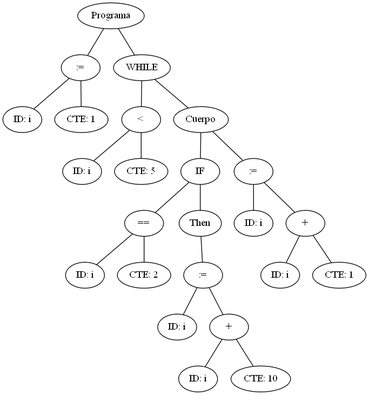
Earlier version of the Graphviz export AnalizadorLexico/arbolito.png (JosueGaticaOdato/Integrador-TEOI). Its source is kept beside it as AnalizadorLexico/arbolito.dot. Source of this version:
```dot
graph G {nodo_programa [label="Programa"]
nodo_931919113 [label=":="]
nodo_programa -- nodo_931919113
nodo_1854731462 [label="ID: i"]
nodo_931919113 -- nodo_1854731462
nodo_317574433 [label="CTE: 1"]
nodo_931919113 -- nodo_317574433
nodo_511754216 [label="WHILE"]
nodo_programa -- nodo_511754216
nodo_1721931908 [label="<"]
nodo_511754216 -- nodo_1721931908
nodo_1198108795 [label="ID: i"]
nodo_1721931908 -- nodo_1198108795
nodo_214126413 [label="CTE: 5"]
nodo_1721931908 -- nodo_214126413
nodo_396873410 [label="Cuerpo"]
nodo_511754216 -- nodo_396873410
nodo_1706234378 [label="IF"]
nodo_396873410 -- nodo_1706234378
nodo_1867750575 [label="=="]
nodo_1706234378 -- nodo_1867750575
nodo_2046562095 [label="ID: i"]
nodo_1867750575 -- nodo_2046562095
nodo_1342443276 [label="CTE: 2"]
nodo_1867750575 -- nodo_1342443276
nodo_769287236 [label="Then"]
nodo_1706234378 -- nodo_769287236
nodo_1587487668 [label=":="]
nodo_769287236 -- nodo_1587487668
nodo_1199823423 [label="ID: i"]
nodo_1587487668 -- nodo_1199823423
nodo_932172204 [label="+"]
nodo_1587487668 -- nodo_932172204
nodo_1225358173 [label="ID: i"]
nodo_932172204 -- nodo_1225358173
nodo_1848402763 [label="CTE: 10"]
nodo_932172204 -- nodo_1848402763
nodo_933699219 [label=":="]
nodo_396873410 -- nodo_933699219
nodo_2121055098 [label="ID: i"]
nodo_933699219 -- nodo_2121055098
nodo_2084435065 [label="+"]
nodo_933699219 -- nodo_2084435065
nodo_1896277646 [label="ID: i"]
nodo_2084435065 -- nodo_1896277646
nodo_2128227771 [label="CTE: 1"]
nodo_2084435065 -- nodo_2128227771
}
```
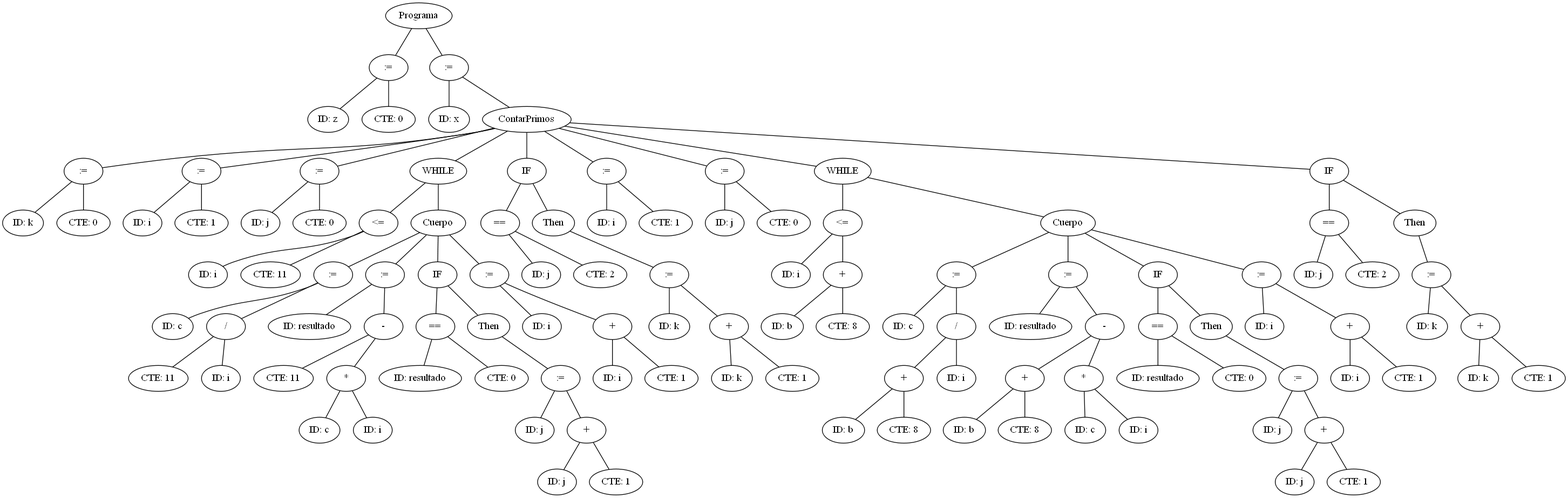
Later version of the same file.

Change to the diagram source:
```diff
@@ -1,48 +1,224 @@
 graph G {nodo_programa [label="Programa"]
-nodo_931919113 [label=":="]
-nodo_programa -- nodo_931919113
-nodo_1854731462 [label="ID: i"]
-nodo_931919113 -- nodo_1854731462
-nodo_317574433 [label="CTE: 1"]
-nodo_931919113 -- nodo_317574433
-nodo_511754216 [label="WHILE"]
-nodo_programa -- nodo_511754216
-nodo_1721931908 [label="<"]
-nodo_511754216 -- nodo_1721931908
-nodo_1198108795 [label="ID: i"]
-nodo_1721931908 -- nodo_1198108795
-nodo_214126413 [label="CTE: 5"]
-nodo_1721931908 -- nodo_214126413
-nodo_396873410 [label="Cuerpo"]
-nodo_511754216 -- nodo_396873410
-nodo_1706234378 [label="IF"]
+nodo_2129789493 [label=":="]
+nodo_programa -- nodo_2129789493
+nodo_1534030866 [label="ID: z"]
+nodo_2129789493 -- nodo_1534030866
+nodo_664223387 [label="CTE: 0"]
+nodo_2129789493 -- nodo_664223387
+nodo_396873410 [label=":="]
+nodo_programa -- nodo_396873410
+nodo_1706234378 [label="ID: x"]
 nodo_396873410 -- nodo_1706234378
-nodo_1867750575 [label="=="]
-nodo_1706234378 -- nodo_1867750575
-nodo_2046562095 [label="ID: i"]
+nodo_1867750575 [label="ContarPrimos"]
+nodo_396873410 -- nodo_1867750575
+nodo_2046562095 [label=":="]
 nodo_1867750575 -- nodo_2046562095
-nodo_1342443276 [label="CTE: 2"]
-nodo_1867750575 -- nodo_1342443276
-nodo_769287236 [label="Then"]
-nodo_1706234378 -- nodo_769287236
+nodo_1342443276 [label="ID: k"]
+nodo_2046562095 -- nodo_1342443276
+nodo_769287236 [label="CTE: 0"]
+nodo_2046562095 -- nodo_769287236
 nodo_1587487668 [label=":="]
-nodo_769287236 -- nodo_1587487668
+nodo_1867750575 -- nodo_1587487668
 nodo_1199823423 [label="ID: i"]
 nodo_1587487668 -- nodo_1199823423
-nodo_932172204 [label="+"]
+nodo_932172204 [label="CTE: 1"]
 nodo_1587487668 -- nodo_932172204
-nodo_1225358173 [label="ID: i"]
-nodo_932172204 -- nodo_1225358173
-nodo_1848402763 [label="CTE: 10"]
-nodo_932172204 -- nodo_1848402763
-nodo_933699219 [label=":="]
-nodo_396873410 -- nodo_933699219
-nodo_2121055098 [label="ID: i"]
-nodo_933699219 -- nodo_2121055098
-nodo_2084435065 [label="+"]
-nodo_933699219 -- nodo_2084435065
+nodo_1225358173 [label=":="]
+nodo_1867750575 -- nodo_1225358173
+nodo_1848402763 [label="ID: j"]
+nodo_1225358173 -- nodo_1848402763
+nodo_933699219 [label="CTE: 0"]
+nodo_1225358173 -- nodo_933699219
+nodo_2121055098 [label="WHILE"]
+nodo_1867750575 -- nodo_2121055098
+nodo_2084435065 [label="<="]
+nodo_2121055098 -- nodo_2084435065
 nodo_1896277646 [label="ID: i"]
 nodo_2084435065 -- nodo_1896277646
-nodo_2128227771 [label="CTE: 1"]
+nodo_2128227771 [label="CTE: 11"]
 nodo_2084435065 -- nodo_2128227771
+nodo_1702297201 [label="Cuerpo"]
+nodo_2121055098 -- nodo_1702297201
+nodo_1996181658 [label=":="]
+nodo_1702297201 -- nodo_1996181658
+nodo_806353501 [label="ID: c"]
+nodo_1996181658 -- nodo_806353501
+nodo_521645586 [label="/"]
+nodo_1996181658 -- nodo_521645586
+nodo_1296064247 [label="CTE: 11"]
+nodo_521645586 -- nodo_1296064247
+nodo_1637070917 [label="ID: i"]
+nodo_521645586 -- nodo_1637070917
+nodo_780237624 [label=":="]
+nodo_1702297201 -- nodo_780237624
+nodo_205797316 [label="ID: resultado"]
+nodo_780237624 -- nodo_205797316
+nodo_1128032093 [label="-"]
+nodo_780237624 -- nodo_1128032093
+nodo_1066516207 [label="CTE: 11"]
+nodo_1128032093 -- nodo_1066516207
+nodo_443308702 [label="*"]
+nodo_1128032093 -- nodo_443308702
+nodo_935044096 [label="ID: c"]
+nodo_443308702 -- nodo_935044096
+nodo_396180261 [label="ID: i"]
+nodo_443308702 -- nodo_396180261
+nodo_625576447 [label="IF"]
+nodo_1702297201 -- nodo_625576447
+nodo_1560911714 [label="=="]
+nodo_625576447 -- nodo_1560911714
+nodo_939047783 [label="ID: resultado"]
+nodo_1560911714 -- nodo_939047783
+nodo_1237514926 [label="CTE: 0"]
+nodo_1560911714 -- nodo_1237514926
+nodo_548246552 [label="Then"]
+nodo_625576447 -- nodo_548246552
+nodo_835648992 [label=":="]
+nodo_548246552 -- nodo_835648992
+nodo_1134517053 [label="ID: j"]
+nodo_835648992 -- nodo_1134517053
+nodo_492228202 [label="+"]
+nodo_835648992 -- nodo_492228202
+nodo_1368884364 [label="ID: j"]
+nodo_492228202 -- nodo_1368884364
+nodo_401625763 [label="CTE: 1"]
+nodo_492228202 -- nodo_401625763
+nodo_772777427 [label=":="]
+nodo_1702297201 -- nodo_772777427
+nodo_83954662 [label="ID: i"]
+nodo_772777427 -- nodo_83954662
+nodo_1751075886 [label="+"]
+nodo_772777427 -- nodo_1751075886
+nodo_2108649164 [label="ID: i"]
+nodo_1751075886 -- nodo_2108649164
+nodo_777874839 [label="CTE: 1"]
+nodo_1751075886 -- nodo_777874839
+nodo_596512129 [label="IF"]
+nodo_1867750575 -- nodo_596512129
+nodo_824318946 [label="=="]
+nodo_596512129 -- nodo_824318946
+nodo_930990596 [label="ID: j"]
+nodo_824318946 -- nodo_930990596
+nodo_1921595561 [label="CTE: 2"]
+nodo_824318946 -- nodo_1921595561
+nodo_565760380 [label="Then"]
+nodo_596512129 -- nodo_565760380
+nodo_6566818 [label=":="]
+nodo_565760380 -- nodo_6566818
+nodo_1494279232 [label="ID: k"]
+nodo_6566818 -- nodo_1494279232
+nodo_1650967483 [label="+"]
+nodo_6566818 -- nodo_1650967483
+nodo_87285178 [label="ID: k"]
+nodo_1650967483 -- nodo_87285178
+nodo_610998173 [label="CTE: 1"]
+nodo_1650967483 -- nodo_610998173
+nodo_2047329716 [label=":="]
+nodo_1867750575 -- nodo_2047329716
+nodo_648129364 [label="ID: i"]
+nodo_2047329716 -- nodo_648129364
+nodo_1029991479 [label="CTE: 1"]
+nodo_2047329716 -- nodo_1029991479
+nodo_1104106489 [label=":="]
+nodo_1867750575 -- nodo_1104106489
+nodo_94438417 [label="ID: j"]
+nodo_1104106489 -- nodo_94438417
+nodo_787604730 [label="CTE: 0"]
+nodo_1104106489 -- nodo_787604730
+nodo_812265671 [label="WHILE"]
+nodo_1867750575 -- nodo_812265671
+nodo_193064360 [label="<="]
+nodo_812265671 -- nodo_193064360
+nodo_109961541 [label="ID: i"]
+nodo_193064360 -- nodo_109961541
+nodo_670700378 [label="+"]
+nodo_193064360 -- nodo_670700378
+nodo_1190654826 [label="ID: b"]
+nodo_670700378 -- nodo_1190654826
+nodo_1109371569 [label="CTE: 8"]
+nodo_670700378 -- nodo_1109371569
+nodo_728890494 [label="Cuerpo"]
+nodo_812265671 -- nodo_728890494
+nodo_1558600329 [label=":="]
+nodo_728890494 -- nodo_1558600329
+nodo_636718812 [label="ID: c"]
+nodo_1558600329 -- nodo_636718812
+nodo_445051633 [label="/"]
+nodo_1558600329 -- nodo_445051633
+nodo_1051754451 [label="+"]
+nodo_445051633 -- nodo_1051754451
+nodo_1349277854 [label="ID: b"]
+nodo_1051754451 -- nodo_1349277854
+nodo_1775282465 [label="CTE: 8"]
+nodo_1051754451 -- nodo_1775282465
+nodo_1147985808 [label="ID: i"]
+nodo_445051633 -- nodo_1147985808
+nodo_2040495657 [label=":="]
+nodo_728890494 -- nodo_2040495657
+nodo_1267032364 [label="ID: resultado"]
+nodo_2040495657 -- nodo_1267032364
+nodo_661672156 [label="-"]
+nodo_2040495657 -- nodo_661672156
+nodo_96639997 [label="+"]
+nodo_661672156 -- nodo_96639997
+nodo_128893786 [label="ID: b"]
+nodo_96639997 -- nodo_128893786
+nodo_1732398722 [label="CTE: 8"]
+nodo_96639997 -- nodo_1732398722
+nodo_1108411398 [label="*"]
+nodo_661672156 -- nodo_1108411398
+nodo_1394438858 [label="ID: c"]
+nodo_1108411398 -- nodo_1394438858
+nodo_584634336 [label="ID: i"]
+nodo_1108411398 -- nodo_584634336
+nodo_1469821799 [label="IF"]
+nodo_728890494 -- nodo_1469821799
+nodo_501263526 [label="=="]
+nodo_1469821799 -- nodo_501263526
+nodo_626202354 [label="ID: resultado"]
+nodo_501263526 -- nodo_626202354
+nodo_1099983479 [label="CTE: 0"]
+nodo_501263526 -- nodo_1099983479
+nodo_1268447657 [label="Then"]
+nodo_1469821799 -- nodo_1268447657
+nodo_1401420256 [label=":="]
+nodo_1268447657 -- nodo_1401420256
+nodo_1851691492 [label="ID: j"]
+nodo_1401420256 -- nodo_1851691492
+nodo_752848266 [label="+"]
+nodo_1401420256 -- nodo_752848266
+nodo_815033865 [label="ID: j"]
+nodo_752848266 -- nodo_815033865
+nodo_1555093762 [label="CTE: 1"]
+nodo_752848266 -- nodo_1555093762
+nodo_1190900417 [label=":="]
+nodo_728890494 -- nodo_1190900417
+nodo_379110473 [label="ID: i"]
+nodo_1190900417 -- nodo_379110473
+nodo_99550389 [label="+"]
+nodo_1190900417 -- nodo_99550389
+nodo_1598924227 [label="ID: i"]
+nodo_99550389 -- nodo_1598924227
+nodo_1144748369 [label="CTE: 1"]
+nodo_99550389 -- nodo_1144748369
+nodo_340870931 [label="IF"]
+nodo_1867750575 -- nodo_340870931
+nodo_1768305536 [label="=="]
+nodo_340870931 -- nodo_1768305536
+nodo_1530388690 [label="ID: j"]
+nodo_1768305536 -- nodo_1530388690
+nodo_1146743572 [label="CTE: 2"]
+nodo_1768305536 -- nodo_1146743572
+nodo_1512981843 [label="Then"]
+nodo_340870931 -- nodo_1512981843
+nodo_42768293 [label=":="]
+nodo_1512981843 -- nodo_42768293
+nodo_1717159510 [label="ID: k"]
+nodo_42768293 -- nodo_1717159510
+nodo_1834188994 [label="+"]
+nodo_42768293 -- nodo_1834188994
+nodo_1174361318 [label="ID: k"]
+nodo_1834188994 -- nodo_1174361318
+nodo_589873731 [label="CTE: 1"]
+nodo_1834188994 -- nodo_589873731
 }
```
